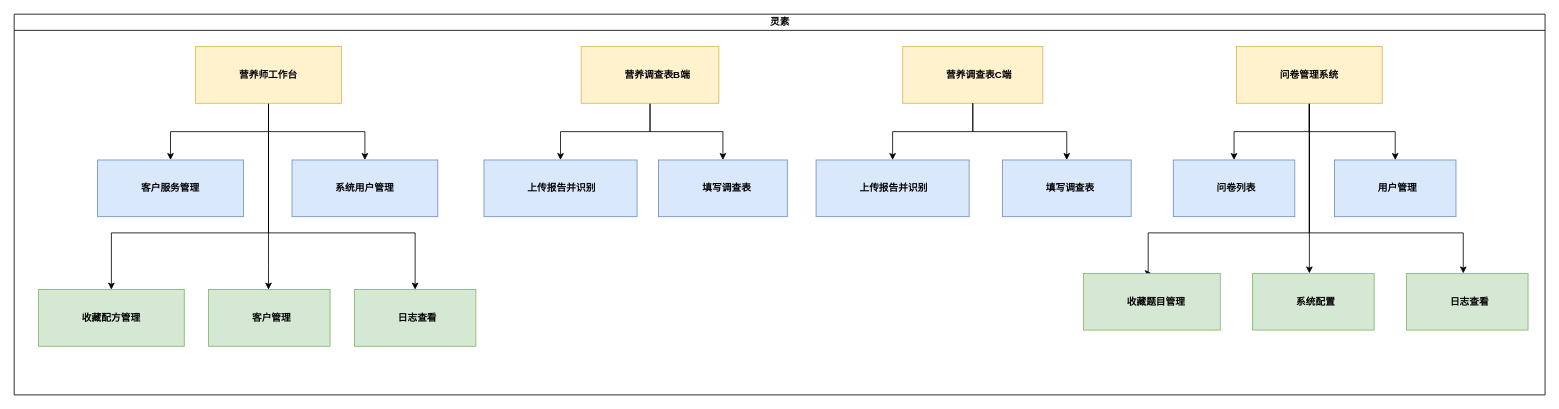
The draw.io diagram 未命名绘图.drawio in star-devil/diagramsFiles, before the edit. Source tidied: cells renumbered, new cells numbered last; positions are measured from the earlier drawing's top-left corner, leaving out a move shared by most shapes. Both pictures are drawn from the tidied source at 81%, with x=0, y=0 at pixel (14, 14).
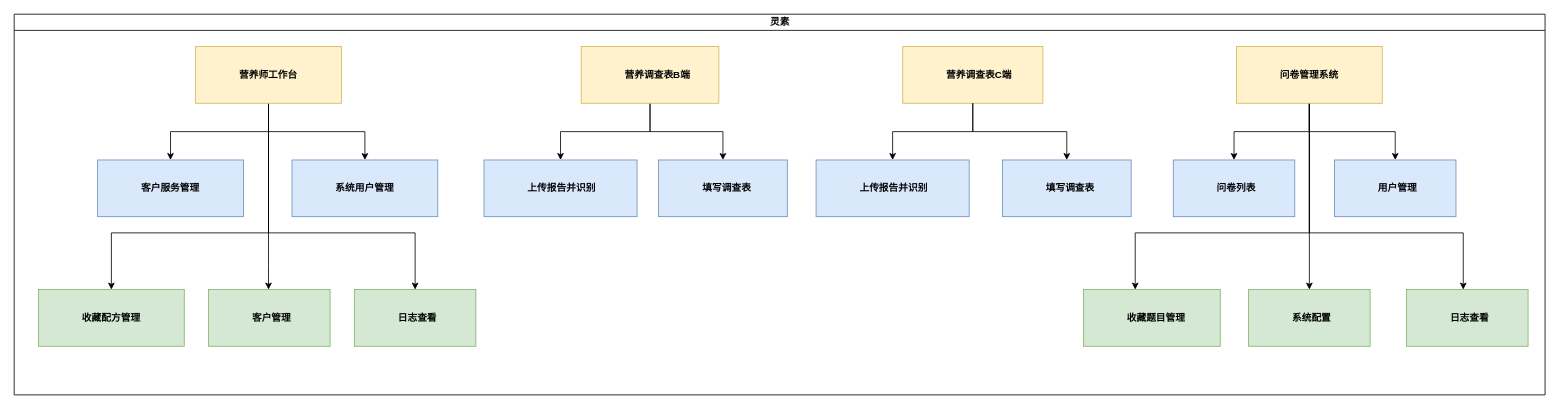
After the change.

Commit message:
更新未命名绘图.drawio

Unchanged cells that the change refers to:
```xml
<mxCell id="17" value="问卷管理系统" style="label;whiteSpace=wrap;html=1;rounded=0;glass=0;fillColor=#fff2cc;strokeColor=#d6b656;" parent="2" vertex="1">
  <mxGeometry x="1509" y="40" width="180" height="70" as="geometry" />
</mxCell>
```

The edit, as a diff of the source:
```diff
@@
-    <mxCell id="2" value="灵素" style="swimlane;html=1;startSize=20;horizontal=1;containerType=tree;glass=0;" parent="1" vertex="1">
+    <mxCell id="2" value="灵素" style="swimlane;html=1;startSize=20;horizontal=1;containerType=tree;glass=0;fillColor=#FFFFFF;swimlaneFillColor=default;" parent="1" vertex="1">
       <mxGeometry width="1890" height="470" as="geometry" />
     </mxCell>
@@
-    <mxCell id="14" style="edgeStyle=orthogonalEdgeStyle;rounded=0;jettySize=auto;html=1;exitX=0.5;exitY=1;exitDx=0;exitDy=0;entryX=0.5;entryY=0;entryDx=0;entryDy=0;" parent="2" edge="1" source="17" target="24">
-      <mxGeometry relative="1" as="geometry">
-        <Array as="points">
-          <mxPoint x="1599" y="270" />
-          <mxPoint x="1400" y="270" />
-        </Array>
-      </mxGeometry>
-    </mxCell>
@@
+    <mxCell id="14" style="edgeStyle=orthogonalEdgeStyle;rounded=0;jettySize=auto;html=1;exitX=0.5;exitY=1;exitDx=0;exitDy=0;" parent="2" edge="1" source="17" target="24">
+      <mxGeometry relative="1" as="geometry">
+        <Array as="points">
+          <mxPoint x="1599" y="270" />
+          <mxPoint x="1384" y="270" />
+        </Array>
+      </mxGeometry>
+    </mxCell>
@@
     <mxCell id="24" value="收藏题目管理" style="label;whiteSpace=wrap;html=1;rounded=0;glass=0;align=left;fillColor=#d5e8d4;strokeColor=#82b366;" parent="2" vertex="1">
-      <mxGeometry x="1320" y="320" width="169" height="70" as="geometry" />
+      <mxGeometry x="1320" y="340" width="169" height="70" as="geometry" />
     </mxCell>
     <mxCell id="25" value="系统配置" style="label;whiteSpace=wrap;html=1;rounded=0;glass=0;align=left;fillColor=#d5e8d4;strokeColor=#82b366;" parent="2" vertex="1">
-      <mxGeometry x="1529" y="320" width="150" height="70" as="geometry" />
+      <mxGeometry x="1524" y="340" width="150" height="70" as="geometry" />
     </mxCell>
@@
     <mxCell id="27" value="日志查看" style="label;whiteSpace=wrap;html=1;rounded=0;glass=0;align=left;fillColor=#d5e8d4;strokeColor=#82b366;" parent="2" vertex="1">
-      <mxGeometry x="1719" y="320" width="150" height="70" as="geometry" />
+      <mxGeometry x="1719" y="340" width="150" height="70" as="geometry" />
     </mxCell>
```
